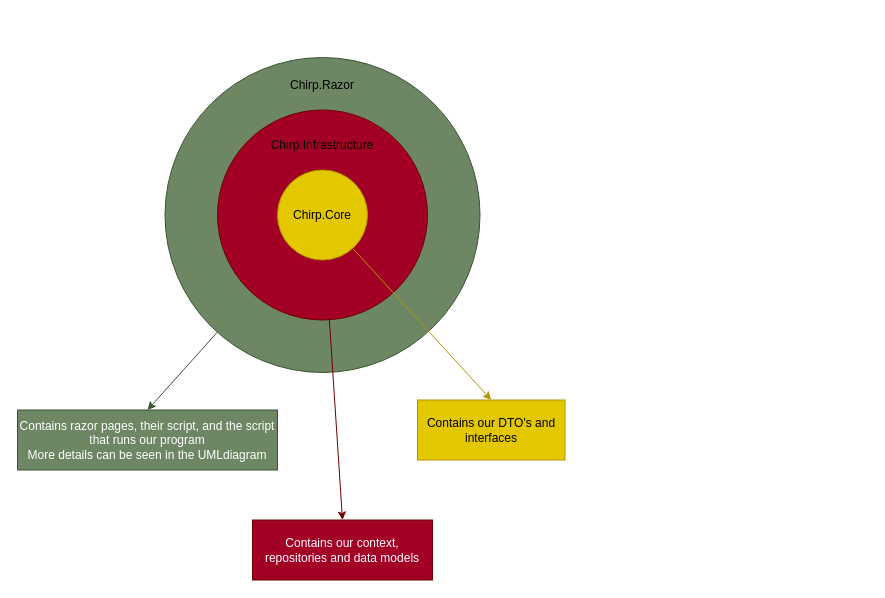
Before: Docs/Images/OnionArchitectureDiagram.drawio in ITU-BDSA23-GROUP4/Chirp, a draw.io diagram. Source tidied: cells renumbered, new cells numbered last; positions are measured from the earlier drawing's top-left corner, leaving out a move shared by most shapes. Both pictures are drawn from the tidied source at 100%, with x=0, y=0 at pixel (17, 57).
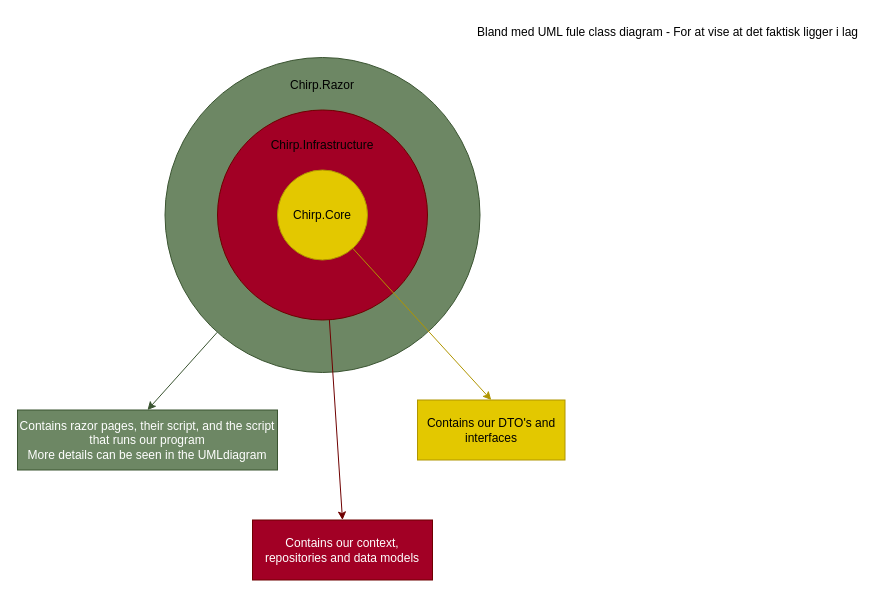
Above is the later version.

The edit, as a diff of the source:
```diff
@@
 <mxGraphModel>
   <root>
     <mxCell id="0" />
     <mxCell id="1" parent="0" />
     <mxCell id="2" style="edgeStyle=none;html=1;entryX=0.5;entryY=0;entryDx=0;entryDy=0;fillColor=#6d8764;strokeColor=#3A5431;" parent="1" edge="1" source="3" target="10">
       <mxGeometry relative="1" as="geometry" />
     </mxCell>
     <mxCell id="3" style="ellipse;whiteSpace=wrap;html=1;fillColor=#6d8764;fontColor=#ffffff;strokeColor=#3A5431;" parent="1" vertex="1">
       <mxGeometry x="147.5" width="315" height="315" as="geometry" />
     </mxCell>
     <mxCell id="4" style="edgeStyle=none;html=1;entryX=0.5;entryY=0;entryDx=0;entryDy=0;fillColor=#a20025;strokeColor=#6F0000;" parent="1" edge="1" source="5" target="11">
       <mxGeometry relative="1" as="geometry" />
     </mxCell>
     <mxCell id="5" style="ellipse;whiteSpace=wrap;html=1;fillColor=#a20025;fontColor=#ffffff;strokeColor=#6F0000;" parent="1" vertex="1">
       <mxGeometry x="200" y="52.5" width="210" height="210" as="geometry" />
     </mxCell>
     <mxCell id="6" style="edgeStyle=none;html=1;entryX=0.5;entryY=0;entryDx=0;entryDy=0;fillColor=#e3c800;strokeColor=#B09500;" parent="1" edge="1" source="7" target="12">
       <mxGeometry relative="1" as="geometry" />
     </mxCell>
     <mxCell id="7" value="Chirp.Core" style="ellipse;whiteSpace=wrap;html=1;fillColor=#e3c800;fontColor=#000000;strokeColor=#B09500;" parent="1" vertex="1">
       <mxGeometry x="260" y="112.5" width="90" height="90" as="geometry" />
     </mxCell>
     <mxCell id="8" value="Chirp.Infrastructure" style="text;html=1;strokeColor=none;fillColor=none;align=center;verticalAlign=middle;whiteSpace=wrap;rounded=0;" parent="1" vertex="1">
       <mxGeometry x="275" y="72.5" width="60" height="30" as="geometry" />
     </mxCell>
     <mxCell id="9" value="Chirp.Razor" style="text;html=1;strokeColor=none;fillColor=none;align=center;verticalAlign=middle;whiteSpace=wrap;rounded=0;" parent="1" vertex="1">
       <mxGeometry x="275" y="12.5" width="60" height="30" as="geometry" />
     </mxCell>
     <mxCell id="10" value="Contains razor pages, their script, and the script that runs our program&lt;br&gt;More details can be seen in the UMLdiagram" style="rounded=0;whiteSpace=wrap;html=1;fillColor=#6d8764;fontColor=#ffffff;strokeColor=#3A5431;" parent="1" vertex="1">
       <mxGeometry y="352.5" width="260" height="60" as="geometry" />
     </mxCell>
     <mxCell id="11" value="Contains our context, repositories and data models" style="rounded=0;whiteSpace=wrap;html=1;fillColor=#a20025;fontColor=#ffffff;strokeColor=#6F0000;" parent="1" vertex="1">
       <mxGeometry x="235" y="462.5" width="180" height="60" as="geometry" />
     </mxCell>
     <mxCell id="12" value="Contains our DTO's and interfaces" style="rounded=0;whiteSpace=wrap;html=1;fillColor=#e3c800;fontColor=#000000;strokeColor=#B09500;" parent="1" vertex="1">
       <mxGeometry x="400" y="342.5" width="147.5" height="60" as="geometry" />
     </mxCell>
+    <mxCell id="13" value="Bland med UML fule class diagram - For at vise at det faktisk ligger i lag" style="text;html=1;align=center;verticalAlign=middle;strokeColor=none;fillColor=none;" parent="1" vertex="1">
+      <mxGeometry x="450" y="-40" width="400" height="30" as="geometry" />
+    </mxCell>
   </root>
 </mxGraphModel>
```
